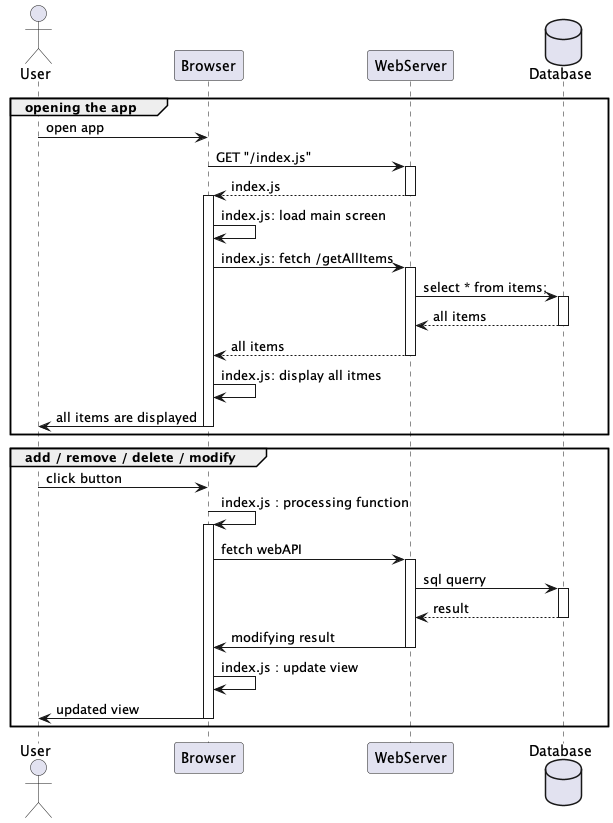
Earlier version of the PlantUML export docs/diagrams/mainActivity.png (Forgesxx/TodoList). Source of this version:
```plantuml
@startuml mainActivity

actor       User       as user
participant Browser as browser
participant WebServer as webServer
database    Database    as db

group opening the app
    user -> browser : open app

    browser -> webServer : GET "/index.js"
    activate webServer
    return index.js

    activate browser
        browser -> browser: index.js: load main screen

        browser -> webServer: index.js: fetch /getAllItems
        activate webServer
            webServer -> db : select * from items;
            activate db
            return all items
        return all items

        browser -> browser: index.js: display all itmes

        browser -> user : all items are displayed
    deactivate browser
end

group add / remove / delete / modify

    user -> browser : click button
    browser -> browser : index.js : processing function
    activate browser
        browser -> webServer: fetch webAPI
        activate webServer
            webServer -> db : sql querry
            activate db
            return result
            webServer -> browser : modifying result
        deactivate webServer
        browser -> browser : index.js : update view
        browser -> user : updated view
    deactivate browser

end

@enduml
```
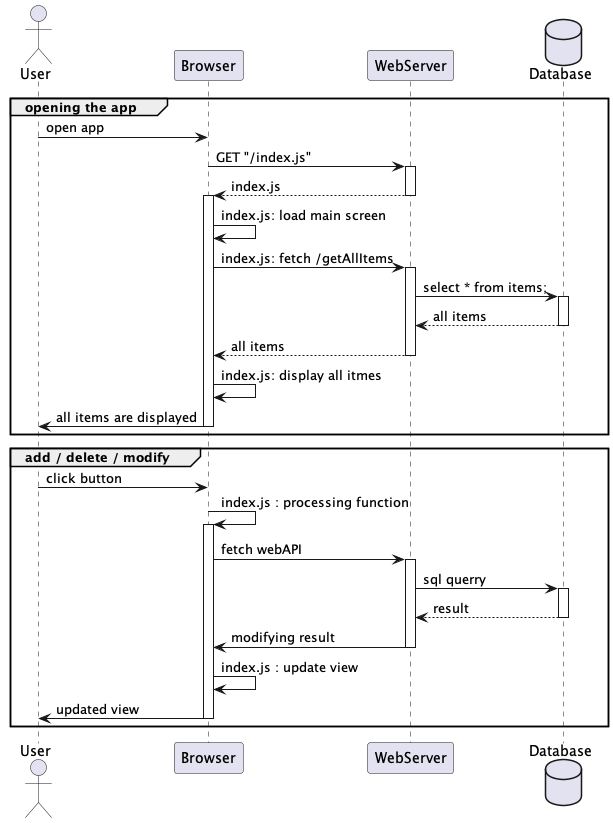
After the commit.

The edit, as a diff of the source:
```diff
@@ -28,7 +28,7 @@
     deactivate browser
 end
 
-group add / remove / delete / modify
+group add / delete / modify
 
     user -> browser : click button
     browser -> browser : index.js : processing function
```
